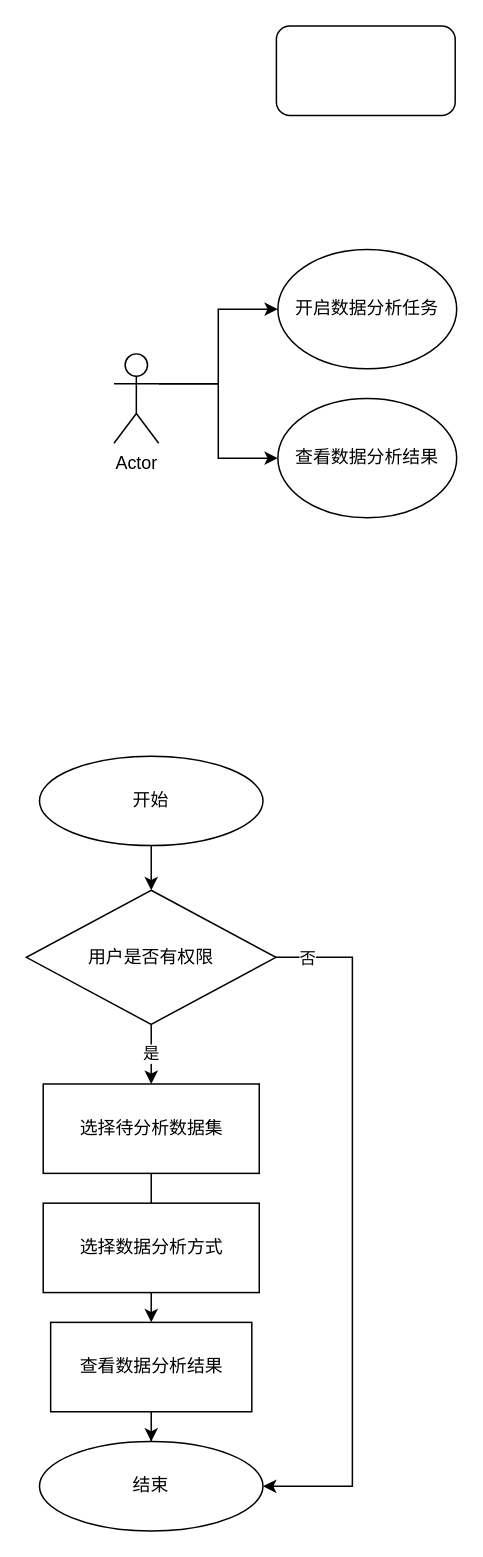
This is 数据分析与可视化.drawio from fengyouliang/drawio, a draw.io file, before an edit. Source tidied: cells renumbered, new cells numbered last; positions are measured from the earlier drawing's top-left corner, leaving out a move shared by most shapes. Both pictures are drawn from the tidied source at 149%, with x=0, y=0 at pixel (25, 25).
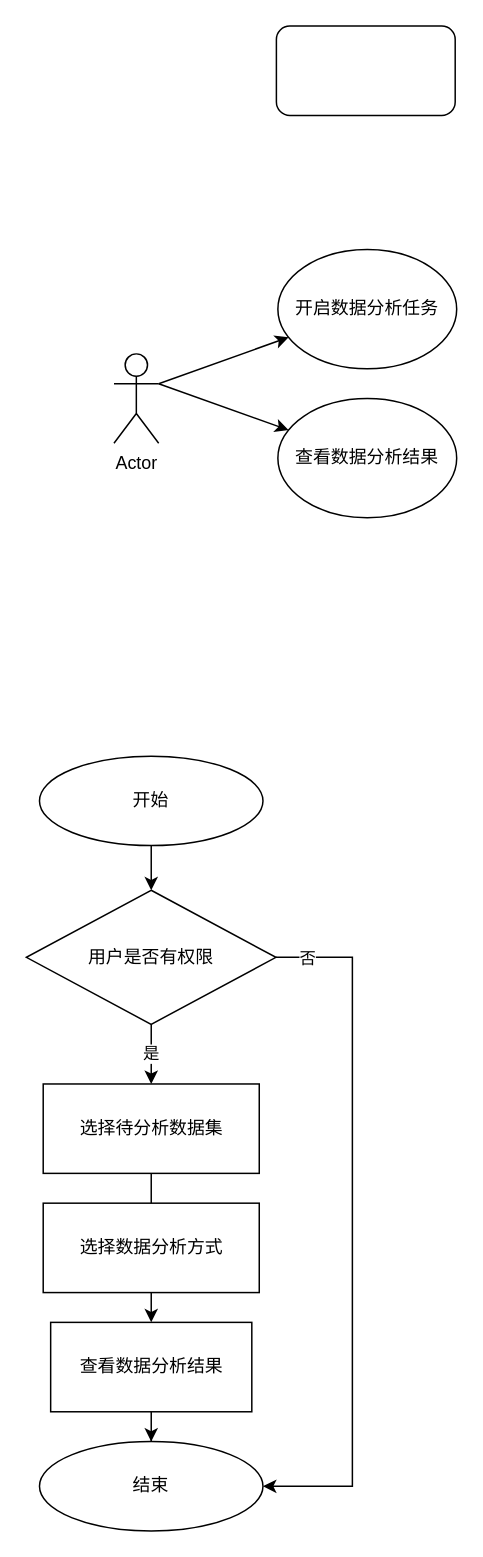
The same diagram, later.

Commit message:
更新数据分析与可视化.drawio

Unchanged cells that the change refers to:
```xml
<mxCell id="2" value="查看数据分析结果" style="ellipse;whiteSpace=wrap;html=1;" parent="1" vertex="1">
  <mxGeometry x="169" y="250" width="120" height="80" as="geometry" />
</mxCell>
<mxCell id="3" value="开启数据分析任务" style="ellipse;whiteSpace=wrap;html=1;" parent="1" vertex="1">
  <mxGeometry x="169" y="150" width="120" height="80" as="geometry" />
</mxCell>
<mxCell id="18" value="Actor" style="shape=umlActor;verticalLabelPosition=bottom;verticalAlign=top;html=1;outlineConnect=0;" parent="1" vertex="1">
  <mxGeometry x="59" y="220" width="30" height="60" as="geometry" />
</mxCell>
```

Change to the diagram source:
```diff
@@
-    <mxCell id="16" style="edgeStyle=orthogonalEdgeStyle;rounded=0;jettySize=auto;html=1;exitX=1;exitY=0.3333333333333333;exitDx=0;exitDy=0;exitPerimeter=0;" parent="1" edge="1" source="18" target="3">
+    <mxCell id="16" style="rounded=0;jettySize=auto;html=1;exitX=1;exitY=0.3333333333333333;exitDx=0;exitDy=0;exitPerimeter=0;" parent="1" edge="1" source="18" target="3">
       <mxGeometry relative="1" as="geometry" />
     </mxCell>
-    <mxCell id="17" style="edgeStyle=orthogonalEdgeStyle;rounded=0;jettySize=auto;html=1;exitX=1;exitY=0.3333333333333333;exitDx=0;exitDy=0;exitPerimeter=0;" parent="1" edge="1" source="18" target="2">
+    <mxCell id="17" style="rounded=0;jettySize=auto;html=1;exitX=1;exitY=0.3333333333333333;exitDx=0;exitDy=0;exitPerimeter=0;" parent="1" edge="1" source="18" target="2">
       <mxGeometry relative="1" as="geometry" />
     </mxCell>
```
